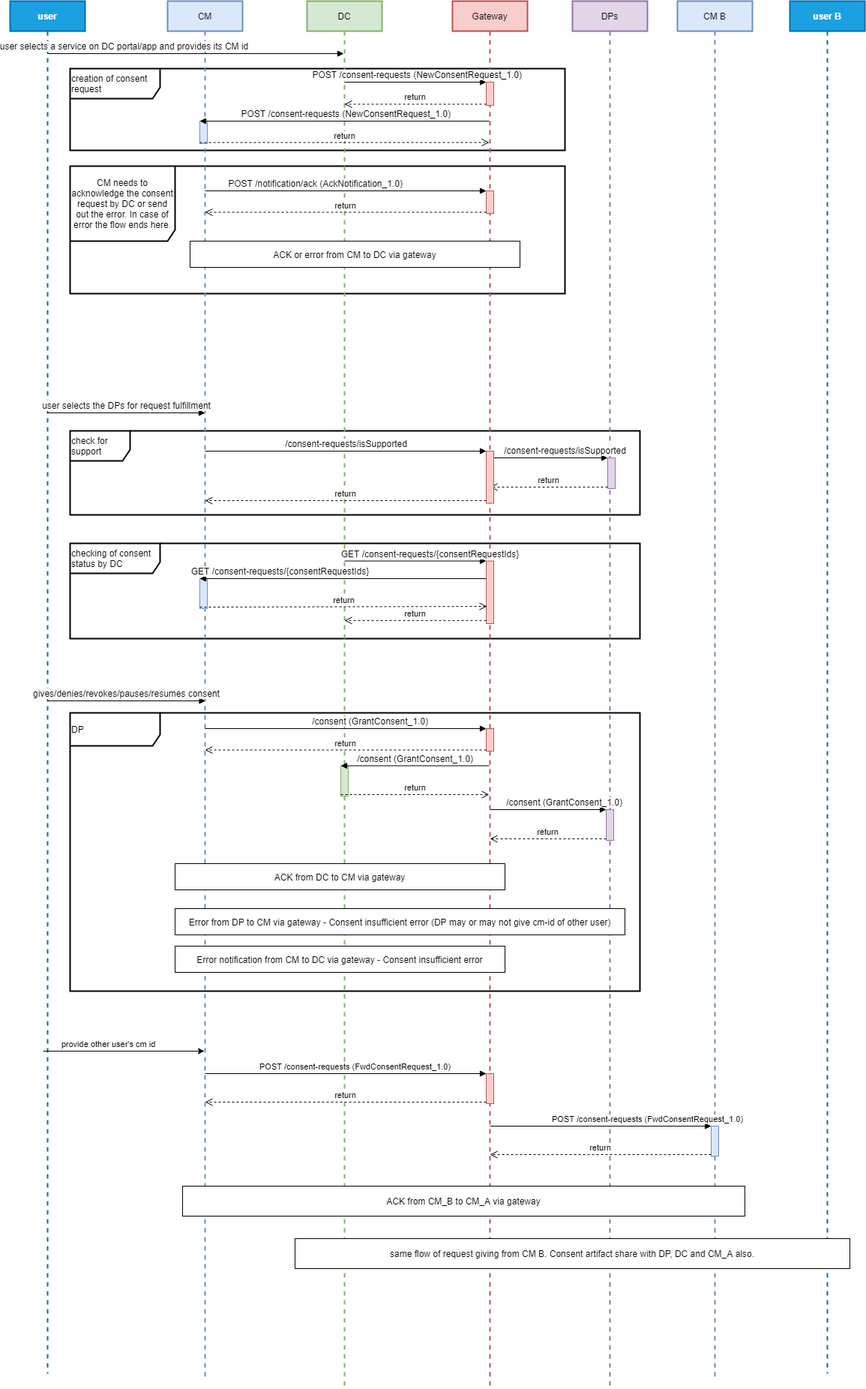
Earlier version of the draw.io export seqDiagram/multiConsentFlow.png (iSPIRT/DEPA). Source tidied: cells renumbered, new cells last; positions are measured from the earlier drawing's top-left corner, leaving out a move shared by most shapes.
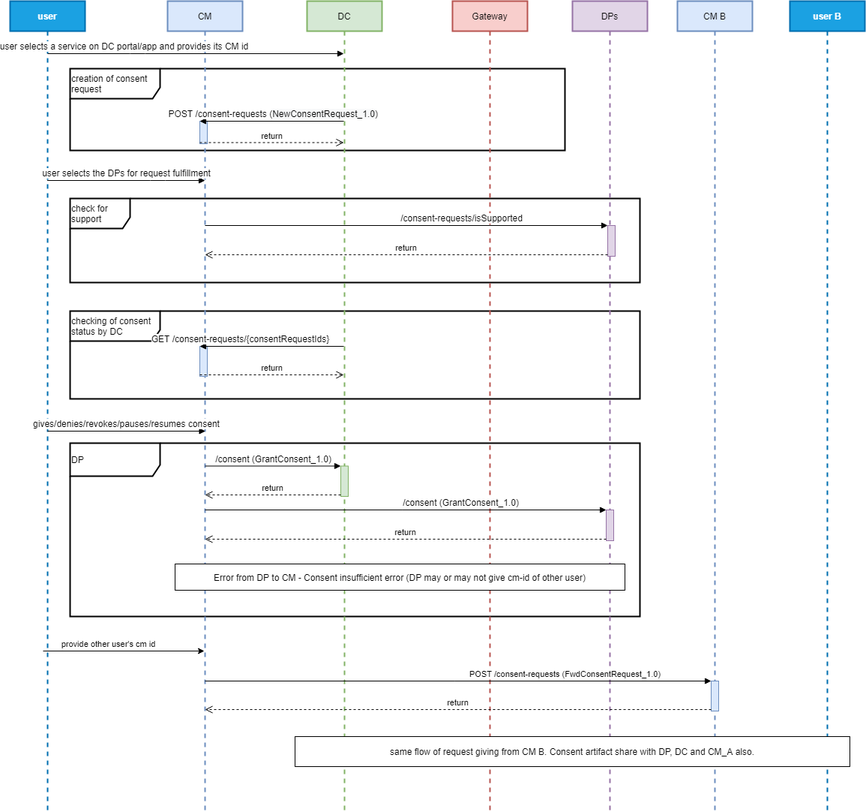
Above is the later version.

Change to the diagram source:
```diff
@@ -7,22 +7,19 @@
     </mxCell>
-    <mxCell id="3" value="CM needs to acknowledge the consent request by DC or send out the error. In case of error the flow ends here." style="shape=umlFrame;whiteSpace=wrap;html=1;width=140;height=100;strokeWidth=2;" parent="1" vertex="1">
-      <mxGeometry x="80" y="220" width="660" height="170" as="geometry" />
-    </mxCell>
     <mxCell id="4" value="checking of consent status by DC" style="shape=umlFrame;whiteSpace=wrap;html=1;strokeColor=#000000;strokeWidth=2;fontSize=12;align=left;width=120;height=40;" parent="1" vertex="1">
-      <mxGeometry x="80" y="723" width="760" height="127" as="geometry" />
+      <mxGeometry x="80" y="413" width="760" height="117" as="geometry" />
     </mxCell>
     <mxCell id="5" value="DP&amp;nbsp;" style="shape=umlFrame;whiteSpace=wrap;html=1;strokeColor=#000000;strokeWidth=2;fontSize=12;align=left;width=120;height=44;" parent="1" vertex="1">
-      <mxGeometry x="80" y="949" width="760" height="371" as="geometry" />
+      <mxGeometry x="80" y="589" width="760" height="231" as="geometry" />
     </mxCell>
     <mxCell id="6" value="check for support" style="shape=umlFrame;whiteSpace=wrap;html=1;strokeColor=#000000;strokeWidth=2;fontSize=12;align=left;width=80;height=40;" parent="1" vertex="1">
-      <mxGeometry x="80" y="573" width="760" height="112" as="geometry" />
+      <mxGeometry x="80" y="263" width="760" height="112" as="geometry" />
     </mxCell>
     <mxCell id="7" value="user" style="shape=umlLifeline;perimeter=lifelinePerimeter;whiteSpace=wrap;html=1;outlineConnect=0;fillColor=#1ba1e2;strokeColor=#006EAF;fontColor=#ffffff;strokeWidth=2;fontStyle=1;" parent="1" vertex="1">
-      <mxGeometry width="100" height="1830" as="geometry" />
+      <mxGeometry width="100" height="1080" as="geometry" />
     </mxCell>
     <mxCell id="8" value="CM" style="shape=umlLifeline;perimeter=lifelinePerimeter;whiteSpace=wrap;html=1;outlineConnect=0;fillColor=#dae8fc;strokeColor=#6c8ebf;strokeWidth=2;" parent="1" vertex="1">
-      <mxGeometry x="210" width="100" height="1840" as="geometry" />
+      <mxGeometry x="210" width="100" height="1080" as="geometry" />
     </mxCell>
     <mxCell id="9" style="html=1;points=[];perimeter=orthogonalPerimeter;fillColor=#dae8fc;strokeColor=#6c8ebf;" parent="8" vertex="1">
-      <mxGeometry x="43" y="770" width="10" height="40" as="geometry" />
+      <mxGeometry x="43" y="460" width="10" height="40" as="geometry" />
     </mxCell>
@@ -36,6 +33,6 @@
     <mxCell id="11" value="DC" style="shape=umlLifeline;perimeter=lifelinePerimeter;whiteSpace=wrap;html=1;outlineConnect=0;fillColor=#d5e8d4;strokeColor=#82b366;strokeWidth=2;" parent="1" vertex="1">
-      <mxGeometry x="396" width="100" height="1850" as="geometry" />
+      <mxGeometry x="396" width="100" height="1080" as="geometry" />
     </mxCell>
     <mxCell id="12" value="Gateway" style="shape=umlLifeline;perimeter=lifelinePerimeter;whiteSpace=wrap;html=1;outlineConnect=0;fillColor=#f8cecc;strokeColor=#b85450;strokeWidth=2;" parent="1" vertex="1">
-      <mxGeometry x="590" width="100" height="1850" as="geometry" />
+      <mxGeometry x="590" width="100" height="1080" as="geometry" />
     </mxCell>
@@ -43,6 +40,6 @@
       <mxGeometry relative="1" as="geometry">
-        <mxPoint x="49.5" y="549" as="sourcePoint" />
-        <mxPoint x="260" y="549" as="targetPoint" />
+        <mxPoint x="49.5" y="239" as="sourcePoint" />
+        <mxPoint x="260" y="239" as="targetPoint" />
         <Array as="points">
-          <mxPoint x="197" y="549" />
+          <mxPoint x="197" y="239" />
         </Array>
@@ -51,3 +48,3 @@
     <mxCell id="14" value="DPs" style="shape=umlLifeline;perimeter=lifelinePerimeter;whiteSpace=wrap;html=1;fillColor=#e1d5e7;strokeColor=#9673a6;strokeWidth=2;" parent="1" vertex="1">
-      <mxGeometry x="750" width="100" height="1850" as="geometry" />
+      <mxGeometry x="750" width="100" height="1080" as="geometry" />
     </mxCell>
@@ -55,6 +52,6 @@
       <mxGeometry relative="1" as="geometry">
-        <mxPoint x="50" y="933" as="sourcePoint" />
-        <mxPoint x="260.5" y="933" as="targetPoint" />
+        <mxPoint x="50" y="573" as="sourcePoint" />
+        <mxPoint x="260.5" y="573" as="targetPoint" />
         <Array as="points">
-          <mxPoint x="197.5" y="933" />
+          <mxPoint x="197.5" y="573" />
         </Array>
@@ -62,15 +59,2 @@
     </mxCell>
-    <mxCell id="16" style="html=1;points=[];perimeter=orthogonalPerimeter;fillColor=#f8cecc;strokeColor=#b85450;" parent="1" vertex="1">
-      <mxGeometry x="635" y="108" width="10" height="31" as="geometry" />
-    </mxCell>
-    <mxCell id="17" value="&lt;span style=&quot;font-size: 12px&quot;&gt;&amp;nbsp;POST /consent-requests (&lt;/span&gt;&lt;span style=&quot;font-size: 12px ; text-align: left ; background-color: rgb(248 , 249 , 250)&quot;&gt;NewConsentRequest_1.0&lt;/span&gt;&lt;span style=&quot;font-size: 12px&quot;&gt;)&lt;/span&gt;" style="html=1;verticalAlign=bottom;endArrow=block;entryX=0;entryY=0;" parent="1" edge="1" target="16">
-      <mxGeometry relative="1" as="geometry">
-        <mxPoint x="446" y="108" as="sourcePoint" />
-      </mxGeometry>
-    </mxCell>
-    <mxCell id="18" value="return" style="html=1;verticalAlign=bottom;endArrow=open;dashed=1;endSize=8;exitX=0;exitY=0.95;" parent="1" edge="1" source="16">
-      <mxGeometry relative="1" as="geometry">
-        <mxPoint x="446" y="137.5" as="targetPoint" />
-      </mxGeometry>
-    </mxCell>
     <mxCell id="19" style="html=1;points=[];perimeter=orthogonalPerimeter;fillColor=#dae8fc;strokeColor=#6c8ebf;" parent="1" vertex="1">
@@ -78,96 +62,64 @@
     </mxCell>
-    <mxCell id="20" value="&lt;span style=&quot;font-size: 12px&quot;&gt;&amp;nbsp;POST /consent-requests (&lt;/span&gt;&lt;span style=&quot;font-size: 12px ; text-align: left ; background-color: rgb(248 , 249 , 250)&quot;&gt;NewConsentRequest_1.0&lt;/span&gt;&lt;span style=&quot;font-size: 12px&quot;&gt;)&lt;/span&gt;" style="html=1;verticalAlign=bottom;endArrow=block;entryX=0;entryY=0;" parent="1" edge="1" source="12" target="19">
+    <mxCell id="20" value="&lt;span style=&quot;font-size: 12px&quot;&gt;&amp;nbsp;POST /consent-requests (&lt;/span&gt;&lt;span style=&quot;font-size: 12px ; text-align: left ; background-color: rgb(248 , 249 , 250)&quot;&gt;NewConsentRequest_1.0&lt;/span&gt;&lt;span style=&quot;font-size: 12px&quot;&gt;)&lt;/span&gt;" style="html=1;verticalAlign=bottom;endArrow=block;entryX=0;entryY=0;" parent="1" edge="1" source="11" target="19">
       <mxGeometry relative="1" as="geometry" />
     </mxCell>
-    <mxCell id="21" value="return" style="html=1;verticalAlign=bottom;endArrow=open;dashed=1;endSize=8;exitX=0;exitY=0.95;" parent="1" edge="1" source="19" target="12">
+    <mxCell id="21" value="return" style="html=1;verticalAlign=bottom;endArrow=open;dashed=1;endSize=8;exitX=0;exitY=0.95;" parent="1" edge="1" source="19" target="11">
       <mxGeometry relative="1" as="geometry" />
     </mxCell>
-    <mxCell id="22" style="html=1;points=[];perimeter=orthogonalPerimeter;fillColor=#f8cecc;strokeColor=#b85450;" parent="1" vertex="1">
-      <mxGeometry x="635" y="253" width="10" height="30" as="geometry" />
-    </mxCell>
-    <mxCell id="23" value="&lt;span style=&quot;font-size: 12px&quot;&gt;POST /notification/ack (AckNotification_1.0)&lt;/span&gt;" style="html=1;verticalAlign=bottom;endArrow=block;entryX=0;entryY=0;" parent="1" edge="1" target="22">
-      <mxGeometry x="-0.22" relative="1" as="geometry">
-        <mxPoint x="260" y="253" as="sourcePoint" />
-      </mxGeometry>
-    </mxCell>
-    <mxCell id="24" value="return" style="html=1;verticalAlign=bottom;endArrow=open;dashed=1;endSize=8;exitX=0;exitY=0.95;" parent="1" edge="1" source="22">
-      <mxGeometry relative="1" as="geometry">
-        <mxPoint x="260" y="281.5" as="targetPoint" />
-      </mxGeometry>
-    </mxCell>
     <mxCell id="25" style="html=1;points=[];perimeter=orthogonalPerimeter;fillColor=#e1d5e7;strokeColor=#9673a6;" parent="1" vertex="1">
-      <mxGeometry x="797" y="609" width="10" height="41" as="geometry" />
+      <mxGeometry x="797" y="299" width="10" height="41" as="geometry" />
     </mxCell>
-    <mxCell id="26" value="&lt;span style=&quot;font-size: 12px&quot;&gt;/consent-requests/isSupported&lt;/span&gt;" style="html=1;verticalAlign=bottom;endArrow=block;entryX=0;entryY=0;" parent="1" edge="1" source="12" target="25">
-      <mxGeometry x="0.27" relative="1" as="geometry" />
+    <mxCell id="26" value="&lt;span style=&quot;font-size: 12px&quot;&gt;/consent-requests/isSupported&lt;/span&gt;" style="html=1;verticalAlign=bottom;endArrow=block;entryX=0;entryY=0;" parent="1" edge="1" target="25">
+      <mxGeometry x="0.27" relative="1" as="geometry">
+        <mxPoint x="260" y="299" as="sourcePoint" />
+      </mxGeometry>
     </mxCell>
-    <mxCell id="27" value="return" style="html=1;verticalAlign=bottom;endArrow=open;dashed=1;endSize=8;exitX=0;exitY=0.95;" parent="1" edge="1" source="25" target="12">
-      <mxGeometry relative="1" as="geometry" />
+    <mxCell id="27" value="return" style="html=1;verticalAlign=bottom;endArrow=open;dashed=1;endSize=8;exitX=0;exitY=0.95;" parent="1" edge="1" source="25">
+      <mxGeometry relative="1" as="geometry">
+        <mxPoint x="260" y="338" as="targetPoint" />
+      </mxGeometry>
     </mxCell>
-    <mxCell id="28" style="html=1;points=[];perimeter=orthogonalPerimeter;fillColor=#f8cecc;strokeColor=#b85450;" parent="1" vertex="1">
-      <mxGeometry x="635" y="600" width="10" height="69.5" as="geometry" />
-    </mxCell>
-    <mxCell id="29" value="&lt;span style=&quot;font-size: 12px&quot;&gt;/consent-requests/isSupported&lt;/span&gt;" style="html=1;verticalAlign=bottom;endArrow=block;entryX=0;entryY=0;" parent="1" edge="1" source="8" target="28">
-      <mxGeometry relative="1" as="geometry" />
-    </mxCell>
-    <mxCell id="30" value="return" style="html=1;verticalAlign=bottom;endArrow=open;dashed=1;endSize=8;exitX=0;exitY=0.95;" parent="1" edge="1" source="28" target="8">
-      <mxGeometry relative="1" as="geometry" />
-    </mxCell>
-    <mxCell id="31" style="html=1;points=[];perimeter=orthogonalPerimeter;fillColor=#f8cecc;strokeColor=#b85450;" parent="1" vertex="1">
-      <mxGeometry x="635" y="746.5" width="10" height="83.5" as="geometry" />
-    </mxCell>
-    <mxCell id="32" value="&lt;span style=&quot;font-size: 12px&quot;&gt;GET /consent-requests/{consentRequestIds}&lt;/span&gt;" style="html=1;verticalAlign=bottom;endArrow=block;entryX=0;entryY=0;" parent="1" edge="1" source="11" target="31">
-      <mxGeometry x="0.21" relative="1" as="geometry" />
-    </mxCell>
-    <mxCell id="33" value="return" style="html=1;verticalAlign=bottom;endArrow=open;dashed=1;endSize=8;exitX=0;exitY=0.95;" parent="1" edge="1" source="31" target="11">
-      <mxGeometry relative="1" as="geometry" />
-    </mxCell>
-    <mxCell id="34" value="&lt;span style=&quot;font-size: 12px&quot;&gt;GET /consent-requests/{consentRequestIds}&lt;/span&gt;" style="html=1;verticalAlign=bottom;endArrow=block;entryX=0;entryY=0;" parent="1" edge="1" source="31" target="9">
-      <mxGeometry x="0.44" relative="1" as="geometry" />
+    <mxCell id="34" value="&lt;span style=&quot;font-size: 12px&quot;&gt;GET /consent-requests/{consentRequestIds}&lt;/span&gt;" style="html=1;verticalAlign=bottom;endArrow=block;entryX=0;entryY=0;" parent="1" edge="1" target="9">
+      <mxGeometry x="0.44" relative="1" as="geometry">
+        <mxPoint x="445" y="460" as="sourcePoint" />
+      </mxGeometry>
     </mxCell>
-    <mxCell id="35" value="return" style="html=1;verticalAlign=bottom;endArrow=open;dashed=1;endSize=8;exitX=0;exitY=0.95;entryX=0.1;entryY=0.725;entryDx=0;entryDy=0;entryPerimeter=0;" parent="1" edge="1" source="9" target="31">
-      <mxGeometry relative="1" as="geometry" />
+    <mxCell id="35" value="return" style="html=1;verticalAlign=bottom;endArrow=open;dashed=1;endSize=8;exitX=0;exitY=0.95;" parent="1" edge="1" source="9">
+      <mxGeometry relative="1" as="geometry">
+        <mxPoint x="445" y="498" as="targetPoint" />
+      </mxGeometry>
     </mxCell>
-    <mxCell id="36" style="html=1;points=[];perimeter=orthogonalPerimeter;fillColor=#f8cecc;strokeColor=#b85450;" parent="1" vertex="1">
-      <mxGeometry x="635" y="970" width="10" height="30" as="geometry" />
-    </mxCell>
-    <mxCell id="37" value="&lt;span style=&quot;font-size: 12px&quot;&gt;/consent (GrantConsent_1.0)&lt;/span&gt;" style="html=1;verticalAlign=bottom;endArrow=block;entryX=0;entryY=0;" parent="1" edge="1" source="8" target="36">
-      <mxGeometry x="0.17" relative="1" as="geometry" />
-    </mxCell>
-    <mxCell id="38" value="return" style="html=1;verticalAlign=bottom;endArrow=open;dashed=1;endSize=8;exitX=0;exitY=0.95;" parent="1" edge="1" source="36" target="8">
-      <mxGeometry relative="1" as="geometry" />
-    </mxCell>
     <mxCell id="39" style="html=1;points=[];perimeter=orthogonalPerimeter;fillColor=#e1d5e7;strokeColor=#9673a6;" parent="1" vertex="1">
-      <mxGeometry x="795" y="1078" width="10" height="41" as="geometry" />
+      <mxGeometry x="795" y="678" width="10" height="41" as="geometry" />
     </mxCell>
-    <mxCell id="40" value="&lt;span style=&quot;font-size: 12px&quot;&gt;/consent (GrantConsent_1.0)&lt;/span&gt;" style="html=1;verticalAlign=bottom;endArrow=block;entryX=0;entryY=0;" parent="1" edge="1" source="12" target="39">
-      <mxGeometry x="0.27" relative="1" as="geometry" />
+    <mxCell id="40" value="&lt;span style=&quot;font-size: 12px&quot;&gt;/consent (GrantConsent_1.0)&lt;/span&gt;" style="html=1;verticalAlign=bottom;endArrow=block;entryX=0;entryY=0;" parent="1" edge="1" target="39">
+      <mxGeometry x="0.27" relative="1" as="geometry">
+        <mxPoint x="260" y="678" as="sourcePoint" />
+      </mxGeometry>
     </mxCell>
-    <mxCell id="41" value="return" style="html=1;verticalAlign=bottom;endArrow=open;dashed=1;endSize=8;exitX=0;exitY=0.95;" parent="1" edge="1" source="39" target="12">
-      <mxGeometry relative="1" as="geometry" />
+    <mxCell id="41" value="return" style="html=1;verticalAlign=bottom;endArrow=open;dashed=1;endSize=8;exitX=0;exitY=0.95;" parent="1" edge="1" source="39">
+      <mxGeometry relative="1" as="geometry">
+        <mxPoint x="260" y="717" as="targetPoint" />
+      </mxGeometry>
     </mxCell>
     <mxCell id="42" style="html=1;points=[];perimeter=orthogonalPerimeter;fillColor=#d5e8d4;strokeColor=#82b366;" parent="1" vertex="1">
-      <mxGeometry x="441" y="1019.5" width="10" height="40.5" as="geometry" />
+      <mxGeometry x="441" y="619.5" width="10" height="40.5" as="geometry" />
     </mxCell>
-    <mxCell id="43" value="&lt;span style=&quot;font-size: 12px&quot;&gt;/consent (GrantConsent_1.0)&lt;/span&gt;" style="html=1;verticalAlign=bottom;endArrow=block;entryX=0;entryY=0;" parent="1" edge="1" source="12" target="42">
-      <mxGeometry relative="1" as="geometry" />
+    <mxCell id="43" value="&lt;span style=&quot;font-size: 12px&quot;&gt;/consent (GrantConsent_1.0)&lt;/span&gt;" style="html=1;verticalAlign=bottom;endArrow=block;entryX=0;entryY=0;" parent="1" edge="1" target="42">
+      <mxGeometry relative="1" as="geometry">
+        <mxPoint x="260" y="619.5" as="sourcePoint" />
+      </mxGeometry>
     </mxCell>
-    <mxCell id="44" value="return" style="html=1;verticalAlign=bottom;endArrow=open;dashed=1;endSize=8;exitX=0;exitY=0.95;" parent="1" edge="1" source="42" target="12">
-      <mxGeometry relative="1" as="geometry" />
+    <mxCell id="44" value="return" style="html=1;verticalAlign=bottom;endArrow=open;dashed=1;endSize=8;exitX=0;exitY=0.95;" parent="1" edge="1" source="42">
+      <mxGeometry relative="1" as="geometry">
+        <mxPoint x="260" y="658" as="targetPoint" />
+      </mxGeometry>
     </mxCell>
-    <mxCell id="45" value="ACK or error from CM to DC via gateway" style="rounded=0;whiteSpace=wrap;html=1;" parent="1" vertex="1">
-      <mxGeometry x="240" y="320" width="440" height="35" as="geometry" />
-    </mxCell>
-    <mxCell id="46" value="ACK from DC to CM via gateway" style="rounded=0;whiteSpace=wrap;html=1;" parent="1" vertex="1">
-      <mxGeometry x="220" y="1150" width="440" height="35" as="geometry" />
-    </mxCell>
-    <mxCell id="47" value="Error from DP to CM via gateway - Consent insufficient error (DP may or may not give cm-id of other user)" style="rounded=0;whiteSpace=wrap;html=1;" parent="1" vertex="1">
-      <mxGeometry x="220" y="1210" width="600" height="35" as="geometry" />
+    <mxCell id="47" value="Error from DP to CM - Consent insufficient error (DP may or may not give cm-id of other user)" style="rounded=0;whiteSpace=wrap;html=1;" parent="1" vertex="1">
+      <mxGeometry x="220" y="750" width="600" height="35" as="geometry" />
     </mxCell>
-    <mxCell id="48" value="Error notification from CM to DC via gateway - Consent insufficient error" style="rounded=0;whiteSpace=wrap;html=1;" parent="1" vertex="1">
-      <mxGeometry x="220" y="1260" width="440" height="35" as="geometry" />
-    </mxCell>
-    <mxCell id="49" style="endArrow=classic;html=1;" parent="1" edge="1" target="8">
+    <mxCell id="49" style="endArrow=classic;html=1;" parent="1" edge="1">
       <mxGeometry relative="1" as="geometry">
-        <mxPoint x="44" y="1400" as="sourcePoint" />
+        <mxPoint x="44" y="866" as="sourcePoint" />
+        <mxPoint x="259" y="866" as="targetPoint" />
       </mxGeometry>
@@ -180,30 +132,22 @@
     <mxCell id="51" value="CM B" style="shape=umlLifeline;perimeter=lifelinePerimeter;whiteSpace=wrap;html=1;fillColor=#dae8fc;strokeColor=#6c8ebf;strokeWidth=2;" parent="1" vertex="1">
-      <mxGeometry x="890" width="100" height="1840" as="geometry" />
+      <mxGeometry x="890" width="100" height="1080" as="geometry" />
     </mxCell>
     <mxCell id="52" value="user B" style="shape=umlLifeline;perimeter=lifelinePerimeter;whiteSpace=wrap;html=1;fillColor=#1ba1e2;strokeColor=#006EAF;fontColor=#ffffff;strokeWidth=2;fontStyle=1;" parent="1" vertex="1">
-      <mxGeometry x="1040" width="100" height="1830" as="geometry" />
+      <mxGeometry x="1040" width="100" height="1080" as="geometry" />
     </mxCell>
-    <mxCell id="53" style="html=1;points=[];perimeter=orthogonalPerimeter;fillColor=#f8cecc;strokeColor=#b85450;" parent="1" vertex="1">
-      <mxGeometry x="635" y="1430" width="10" height="40" as="geometry" />
-    </mxCell>
-    <mxCell id="54" value="POST /consent-requests (FwdConsentRequest_1.0)" style="html=1;verticalAlign=bottom;endArrow=block;entryX=0;entryY=0;" parent="1" edge="1" source="8" target="53">
-      <mxGeometry x="0.07" relative="1" as="geometry" />
-    </mxCell>
-    <mxCell id="55" value="return" style="html=1;verticalAlign=bottom;endArrow=open;dashed=1;endSize=8;exitX=0;exitY=0.95;" parent="1" edge="1" source="53" target="8">
-      <mxGeometry relative="1" as="geometry" />
-    </mxCell>
     <mxCell id="56" style="html=1;points=[];perimeter=orthogonalPerimeter;fillColor=#dae8fc;strokeColor=#6c8ebf;" parent="1" vertex="1">
-      <mxGeometry x="935" y="1500" width="10" height="40" as="geometry" />
+      <mxGeometry x="935" y="906" width="10" height="40" as="geometry" />
     </mxCell>
-    <mxCell id="57" value="POST /consent-requests (FwdConsentRequest_1.0)" style="html=1;verticalAlign=bottom;endArrow=block;entryX=0;entryY=0;" parent="1" edge="1" source="12" target="56">
-      <mxGeometry x="0.42" relative="1" as="geometry" />
+    <mxCell id="57" value="POST /consent-requests (FwdConsentRequest_1.0)" style="html=1;verticalAlign=bottom;endArrow=block;entryX=0;entryY=0;" parent="1" edge="1" target="56">
+      <mxGeometry x="0.42" relative="1" as="geometry">
+        <mxPoint x="260" y="906" as="sourcePoint" />
+      </mxGeometry>
     </mxCell>
-    <mxCell id="58" value="return" style="html=1;verticalAlign=bottom;endArrow=open;dashed=1;endSize=8;exitX=0;exitY=0.95;" parent="1" edge="1" source="56" target="12">
-      <mxGeometry relative="1" as="geometry" />
+    <mxCell id="58" value="return" style="html=1;verticalAlign=bottom;endArrow=open;dashed=1;endSize=8;exitX=0;exitY=0.95;" parent="1" edge="1" source="56">
+      <mxGeometry relative="1" as="geometry">
+        <mxPoint x="260" y="944" as="targetPoint" />
+      </mxGeometry>
     </mxCell>
-    <mxCell id="59" value="ACK from CM_B to CM_A via gateway" style="rounded=0;whiteSpace=wrap;html=1;" parent="1" vertex="1">
-      <mxGeometry x="230" y="1580" width="750" height="40" as="geometry" />
-    </mxCell>
     <mxCell id="60" value="same flow of request giving from CM B. Consent artifact share with DP, DC and CM_A also." style="rounded=0;whiteSpace=wrap;html=1;" parent="1" vertex="1">
-      <mxGeometry x="380" y="1650" width="740" height="40" as="geometry" />
+      <mxGeometry x="380" y="980" width="740" height="40" as="geometry" />
     </mxCell>
```
